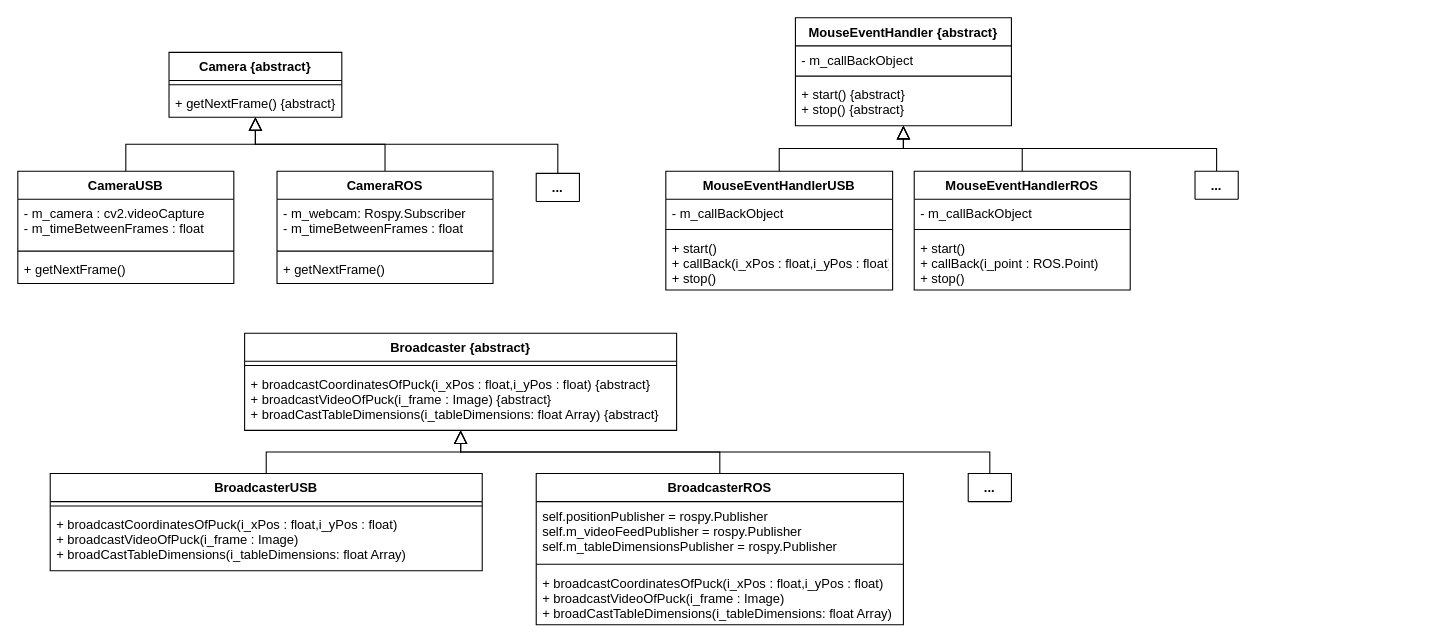
The draw.io diagram vision/UML/InterfacesImplementations.drawio in victoriapc/HockusPockus, before the edit. Source tidied: cells renumbered, new cells numbered last; positions are measured from the earlier drawing's top-left corner, leaving out a move shared by most shapes. Both pictures are drawn from the tidied source at 108%, with x=0, y=0 at pixel (17, 17).
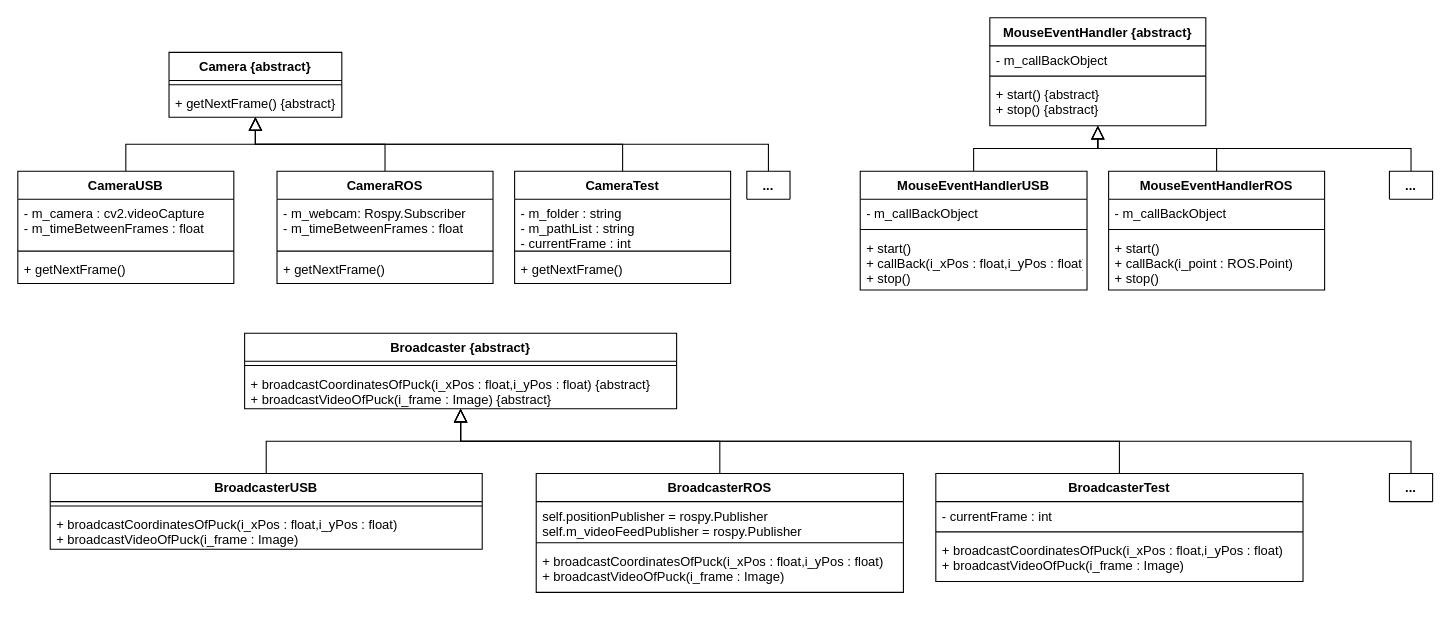
After the change.

Commit message (it also covers changes not shown here):
updated vision's UML

Unchanged cells that the change refers to:
```xml
<mxCell id="2" value="Camera {abstract}" style="swimlane;fontStyle=1;align=center;verticalAlign=top;horizontal=1;startSize=26;" parent="1" vertex="1">
  <mxGeometry x="140" y="32" width="160" height="60" as="geometry" />
</mxCell>
```

What changed in the source:
```diff
@@
     <mxCell id="15" value="Broadcaster {abstract}" style="swimlane;fontStyle=1;align=center;verticalAlign=top;horizontal=1;startSize=26;" parent="1" vertex="1">
-      <mxGeometry x="210" y="292" width="400" height="90" as="geometry" />
+      <mxGeometry x="210" y="292" width="400" height="70" as="geometry" />
     </mxCell>
@@
-    <mxCell id="17" value="+ broadcastCoordinatesOfPuck(i_xPos : float,i_yPos : float) {abstract}&#10;+ broadcastVideoOfPuck(i_frame : Image) {abstract}&#10;+ broadCastTableDimensions(i_tableDimensions: float Array) {abstract}" style="text;strokeColor=none;fillColor=none;align=left;verticalAlign=top;spacingLeft=4;spacingRight=4;overflow=hidden;" parent="15" vertex="1">
-      <mxGeometry y="34" width="400" height="56" as="geometry" />
+    <mxCell id="17" value="+ broadcastCoordinatesOfPuck(i_xPos : float,i_yPos : float) {abstract}&#10;+ broadcastVideoOfPuck(i_frame : Image) {abstract}" style="text;strokeColor=none;fillColor=none;align=left;verticalAlign=top;spacingLeft=4;spacingRight=4;overflow=hidden;" parent="15" vertex="1">
+      <mxGeometry y="34" width="400" height="36" as="geometry" />
     </mxCell>
@@
     <mxCell id="19" value="BroadcasterUSB" style="swimlane;fontStyle=1;align=center;verticalAlign=top;horizontal=1;startSize=26;" parent="1" vertex="1">
-      <mxGeometry x="30" y="422" width="400" height="90" as="geometry" />
+      <mxGeometry x="30" y="422" width="400" height="70" as="geometry" />
     </mxCell>
@@
-    <mxCell id="21" value="+ broadcastCoordinatesOfPuck(i_xPos : float,i_yPos : float) &#10;+ broadcastVideoOfPuck(i_frame : Image) &#10;+ broadCastTableDimensions(i_tableDimensions: float Array) " style="text;strokeColor=none;fillColor=none;align=left;verticalAlign=top;spacingLeft=4;spacingRight=4;overflow=hidden;" parent="19" vertex="1">
-      <mxGeometry y="34" width="400" height="56" as="geometry" />
+    <mxCell id="21" value="+ broadcastCoordinatesOfPuck(i_xPos : float,i_yPos : float) &#10;+ broadcastVideoOfPuck(i_frame : Image) &#10;" style="text;strokeColor=none;fillColor=none;align=left;verticalAlign=top;spacingLeft=4;spacingRight=4;overflow=hidden;" parent="19" vertex="1">
+      <mxGeometry y="34" width="400" height="36" as="geometry" />
     </mxCell>
@@
     <mxCell id="23" value="BroadcasterROS" style="swimlane;fontStyle=1;align=center;verticalAlign=top;horizontal=1;startSize=26;" parent="1" vertex="1">
-      <mxGeometry x="480" y="422" width="340" height="140" as="geometry" />
+      <mxGeometry x="480" y="422" width="340" height="110" as="geometry" />
     </mxCell>
-    <mxCell id="24" value="self.positionPublisher = rospy.Publisher&#10;self.m_videoFeedPublisher = rospy.Publisher&#10;self.m_tableDimensionsPublisher = rospy.Publisher" style="text;strokeColor=none;fillColor=none;align=left;verticalAlign=top;spacingLeft=4;spacingRight=4;overflow=hidden;" parent="23" vertex="1">
-      <mxGeometry y="26" width="340" height="54" as="geometry" />
+    <mxCell id="24" value="self.positionPublisher = rospy.Publisher&#10;self.m_videoFeedPublisher = rospy.Publisher&#10;" style="text;strokeColor=none;fillColor=none;align=left;verticalAlign=top;spacingLeft=4;spacingRight=4;overflow=hidden;" parent="23" vertex="1">
+      <mxGeometry y="26" width="340" height="34" as="geometry" />
     </mxCell>
     <mxCell id="25" style="line;strokeWidth=1;fillColor=none;align=left;verticalAlign=middle;spacingTop=-1;spacingLeft=3;spacingRight=3;labelPosition=right;" parent="23" vertex="1">
-      <mxGeometry y="80" width="340" height="8" as="geometry" />
+      <mxGeometry y="60" width="340" height="8" as="geometry" />
     </mxCell>
-    <mxCell id="26" value="+ broadcastCoordinatesOfPuck(i_xPos : float,i_yPos : float) &#10;+ broadcastVideoOfPuck(i_frame : Image) &#10;+ broadCastTableDimensions(i_tableDimensions: float Array) " style="text;strokeColor=none;fillColor=none;align=left;verticalAlign=top;spacingLeft=4;spacingRight=4;overflow=hidden;" parent="23" vertex="1">
-      <mxGeometry y="88" width="340" height="52" as="geometry" />
+    <mxCell id="26" value="+ broadcastCoordinatesOfPuck(i_xPos : float,i_yPos : float) &#10;+ broadcastVideoOfPuck(i_frame : Image) " style="text;strokeColor=none;fillColor=none;align=left;verticalAlign=top;spacingLeft=4;spacingRight=4;overflow=hidden;" parent="23" vertex="1">
+      <mxGeometry y="68" width="340" height="42" as="geometry" />
     </mxCell>
+    <mxCell id="31" style="edgeStyle=orthogonalEdgeStyle;rounded=0;jettySize=auto;html=1;endArrow=block;endFill=0;endSize=10;strokeColor=#000000;" parent="1" edge="1" source="32" target="27">
+      <mxGeometry relative="1" as="geometry" />
+    </mxCell>
+    <mxCell id="36" style="edgeStyle=orthogonalEdgeStyle;rounded=0;jettySize=auto;html=1;endArrow=block;endFill=0;endSize=10;strokeColor=#000000;" parent="1" edge="1" source="37" target="27">
+      <mxGeometry relative="1" as="geometry" />
+    </mxCell>
+    <mxCell id="41" style="edgeStyle=orthogonalEdgeStyle;rounded=0;jettySize=auto;html=1;endArrow=block;endFill=0;endSize=10;strokeColor=#000000;exitX=0.5;exitY=0;exitDx=0;exitDy=0;" parent="1" edge="1" source="42">
+      <mxGeometry relative="1" as="geometry">
+        <mxPoint x="220" y="92" as="targetPoint" />
+        <Array as="points">
+          <mxPoint x="695" y="117" />
+          <mxPoint x="220" y="117" />
+        </Array>
+      </mxGeometry>
+    </mxCell>
+    <mxCell id="43" style="edgeStyle=orthogonalEdgeStyle;rounded=0;jettySize=auto;html=1;endArrow=block;endFill=0;endSize=10;strokeColor=#000000;exitX=0.5;exitY=0;exitDx=0;exitDy=0;" parent="1" edge="1" source="44" target="27">
+      <mxGeometry relative="1" as="geometry" />
+    </mxCell>
+    <mxCell id="45" style="edgeStyle=orthogonalEdgeStyle;rounded=0;jettySize=auto;html=1;endArrow=block;endFill=0;endSize=10;strokeColor=#000000;exitX=0.5;exitY=0;exitDx=0;exitDy=0;" parent="1" edge="1" source="46" target="15">
+      <mxGeometry relative="1" as="geometry" />
+    </mxCell>
     <mxCell id="27" value="MouseEventHandler {abstract}" style="swimlane;fontStyle=1;align=center;verticalAlign=top;horizontal=1;startSize=26;" parent="1" vertex="1">
-      <mxGeometry x="720" width="200" height="100" as="geometry" />
+      <mxGeometry x="900" width="200" height="100" as="geometry" />
     </mxCell>
@@
-    <mxCell id="31" style="edgeStyle=orthogonalEdgeStyle;rounded=0;jettySize=auto;html=1;endArrow=block;endFill=0;endSize=10;strokeColor=#000000;" parent="1" edge="1" source="32" target="27">
-      <mxGeometry relative="1" as="geometry" />
-    </mxCell>
     <mxCell id="32" value="MouseEventHandlerUSB" style="swimlane;fontStyle=1;align=center;verticalAlign=top;horizontal=1;startSize=26;" parent="1" vertex="1">
-      <mxGeometry x="600" y="142" width="210" height="110" as="geometry" />
+      <mxGeometry x="780" y="142" width="210" height="110" as="geometry" />
     </mxCell>
@@
-    <mxCell id="36" style="edgeStyle=orthogonalEdgeStyle;rounded=0;jettySize=auto;html=1;endArrow=block;endFill=0;endSize=10;strokeColor=#000000;" parent="1" edge="1" source="37" target="27">
-      <mxGeometry relative="1" as="geometry" />
-    </mxCell>
     <mxCell id="37" value="MouseEventHandlerROS" style="swimlane;fontStyle=1;align=center;verticalAlign=top;horizontal=1;startSize=26;" parent="1" vertex="1">
-      <mxGeometry x="830" y="142" width="200" height="110" as="geometry" />
+      <mxGeometry x="1010" y="142" width="200" height="110" as="geometry" />
     </mxCell>
@@
-    <mxCell id="41" style="edgeStyle=orthogonalEdgeStyle;rounded=0;jettySize=auto;html=1;endArrow=block;endFill=0;endSize=10;strokeColor=#000000;exitX=0.5;exitY=0;exitDx=0;exitDy=0;" parent="1" edge="1" source="42">
-      <mxGeometry relative="1" as="geometry">
-        <mxPoint x="220" y="92" as="targetPoint" />
-        <Array as="points">
-          <mxPoint x="500" y="117" />
-          <mxPoint x="220" y="117" />
-        </Array>
-      </mxGeometry>
-    </mxCell>
+    <mxCell id="44" value="..." style="swimlane;fontStyle=1;align=center;verticalAlign=top;horizontal=1;startSize=26;" parent="1" vertex="1" collapsed="1">
+      <mxGeometry x="1270" y="142" width="40" height="26" as="geometry" />
+    </mxCell>
     <mxCell id="42" value="..." style="swimlane;fontStyle=1;align=center;verticalAlign=top;horizontal=1;startSize=26;" parent="1" vertex="1" collapsed="1">
-      <mxGeometry x="480" y="144" width="40" height="26" as="geometry" />
+      <mxGeometry x="675" y="142" width="40" height="26" as="geometry" />
     </mxCell>
-    <mxCell id="43" style="edgeStyle=orthogonalEdgeStyle;rounded=0;jettySize=auto;html=1;endArrow=block;endFill=0;endSize=10;strokeColor=#000000;exitX=0.5;exitY=0;exitDx=0;exitDy=0;" parent="1" edge="1" source="44" target="27">
-      <mxGeometry relative="1" as="geometry" />
-    </mxCell>
-    <mxCell id="44" value="..." style="swimlane;fontStyle=1;align=center;verticalAlign=top;horizontal=1;startSize=26;" parent="1" vertex="1" collapsed="1">
-      <mxGeometry x="1090" y="142" width="40" height="26" as="geometry" />
-    </mxCell>
-    <mxCell id="45" style="edgeStyle=orthogonalEdgeStyle;rounded=0;jettySize=auto;html=1;endArrow=block;endFill=0;endSize=10;strokeColor=#000000;exitX=0.5;exitY=0;exitDx=0;exitDy=0;" parent="1" edge="1" source="46" target="15">
-      <mxGeometry relative="1" as="geometry" />
-    </mxCell>
+    <mxCell id="47" value="CameraTest" style="swimlane;fontStyle=1;align=center;verticalAlign=top;horizontal=1;startSize=26;" parent="1" vertex="1">
+      <mxGeometry x="460" y="142" width="200" height="104" as="geometry" />
+    </mxCell>
+    <mxCell id="48" value="- m_folder : string&#10;- m_pathList : string&#10;- currentFrame : int" style="text;strokeColor=none;fillColor=none;align=left;verticalAlign=top;spacingLeft=4;spacingRight=4;overflow=hidden;" parent="47" vertex="1">
+      <mxGeometry y="26" width="200" height="44" as="geometry" />
+    </mxCell>
+    <mxCell id="49" style="line;strokeWidth=1;fillColor=none;align=left;verticalAlign=middle;spacingTop=-1;spacingLeft=3;spacingRight=3;labelPosition=right;" parent="47" vertex="1">
+      <mxGeometry y="70" width="200" height="8" as="geometry" />
+    </mxCell>
+    <mxCell id="50" value="+ getNextFrame() " style="text;strokeColor=none;fillColor=none;align=left;verticalAlign=top;spacingLeft=4;spacingRight=4;overflow=hidden;" parent="47" vertex="1">
+      <mxGeometry y="78" width="200" height="26" as="geometry" />
+    </mxCell>
+    <mxCell id="51" style="edgeStyle=orthogonalEdgeStyle;rounded=0;jettySize=auto;html=1;endArrow=block;endFill=0;strokeColor=#000000;endSize=10;exitX=0.5;exitY=0;exitDx=0;exitDy=0;" parent="1" edge="1" source="47" target="2">
+      <mxGeometry relative="1" as="geometry" />
+    </mxCell>
+    <mxCell id="52" style="edgeStyle=orthogonalEdgeStyle;rounded=0;jettySize=auto;html=1;endArrow=block;endFill=0;endSize=10;strokeColor=#000000;exitX=0.5;exitY=0;exitDx=0;exitDy=0;" parent="1" edge="1" source="53" target="15">
+      <mxGeometry relative="1" as="geometry" />
+    </mxCell>
+    <mxCell id="53" value="BroadcasterTest" style="swimlane;fontStyle=1;align=center;verticalAlign=top;horizontal=1;startSize=26;" parent="1" vertex="1">
+      <mxGeometry x="850" y="422" width="340" height="100" as="geometry" />
+    </mxCell>
+    <mxCell id="54" value="- currentFrame : int" style="text;strokeColor=none;fillColor=none;align=left;verticalAlign=top;spacingLeft=4;spacingRight=4;overflow=hidden;" parent="53" vertex="1">
+      <mxGeometry y="26" width="340" height="24" as="geometry" />
+    </mxCell>
+    <mxCell id="55" style="line;strokeWidth=1;fillColor=none;align=left;verticalAlign=middle;spacingTop=-1;spacingLeft=3;spacingRight=3;labelPosition=right;" parent="53" vertex="1">
+      <mxGeometry y="50" width="340" height="8" as="geometry" />
+    </mxCell>
+    <mxCell id="56" value="+ broadcastCoordinatesOfPuck(i_xPos : float,i_yPos : float) &#10;+ broadcastVideoOfPuck(i_frame : Image) " style="text;strokeColor=none;fillColor=none;align=left;verticalAlign=top;spacingLeft=4;spacingRight=4;overflow=hidden;" parent="53" vertex="1">
+      <mxGeometry y="58" width="340" height="42" as="geometry" />
+    </mxCell>
     <mxCell id="46" value="..." style="swimlane;fontStyle=1;align=center;verticalAlign=top;horizontal=1;startSize=26;" parent="1" vertex="1" collapsed="1">
-      <mxGeometry x="880" y="422" width="40" height="26" as="geometry" />
+      <mxGeometry x="1270" y="422" width="40" height="26" as="geometry" />
     </mxCell>
```
